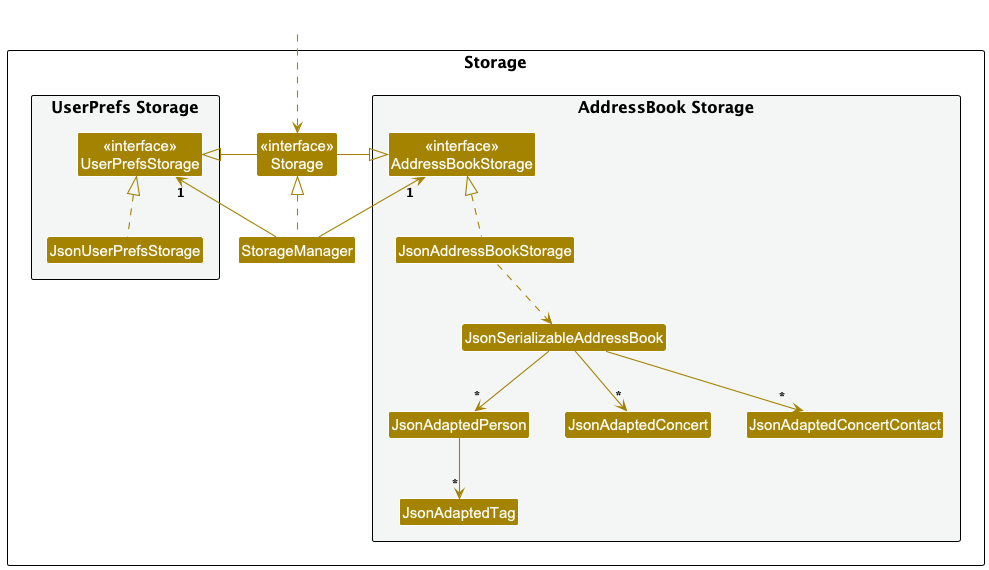
Before: docs/images/StorageClassDiagramNew.png, a diagram exported from PlantUML (nus-cs2103-AY2425S1/tp).
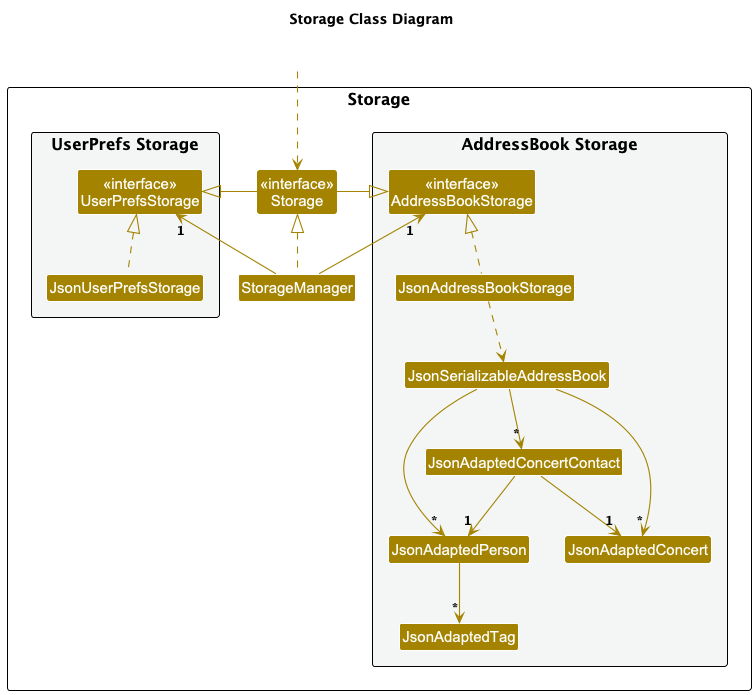
The same diagram one commit later.

Commit message:
Edit Storage Diagram

The edit, as a diff of the source:
```diff
@@ -1,4 +1,6 @@
 @startuml
+Title Storage Class Diagram
+
 !include style.puml
 skinparam arrowThickness 1.1
 skinparam arrowColor STORAGE_COLOR
@@ -42,6 +44,8 @@
 JsonSerializableAddressBook --> "*" JsonAdaptedPerson
 JsonSerializableAddressBook --> "*" JsonAdaptedConcert
 JsonSerializableAddressBook --> "*" JsonAdaptedConcertContact
+JsonAdaptedConcertContact --> "1" JsonAdaptedConcert
+JsonAdaptedConcertContact --> "1" JsonAdaptedPerson
 JsonAdaptedPerson --> "*" JsonAdaptedTag
 
 @enduml
```
